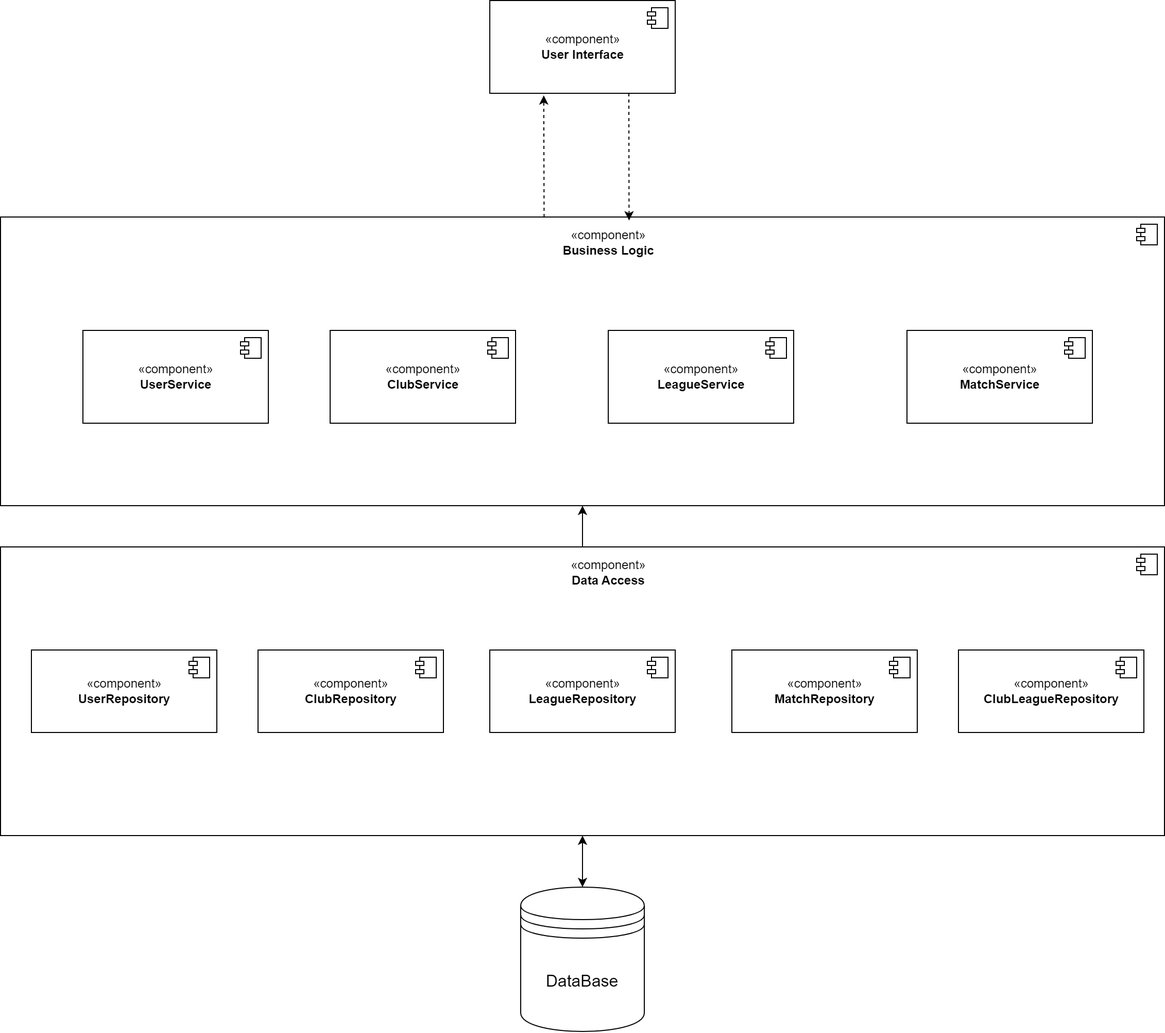
This is lab_01/uml1.png from hieubichpro/BMSTU-Web, a draw.io export, as it was before one commit. Source tidied: cells renumbered, new cells last; positions are measured from the earlier drawing's top-left corner, leaving out a move shared by most shapes.
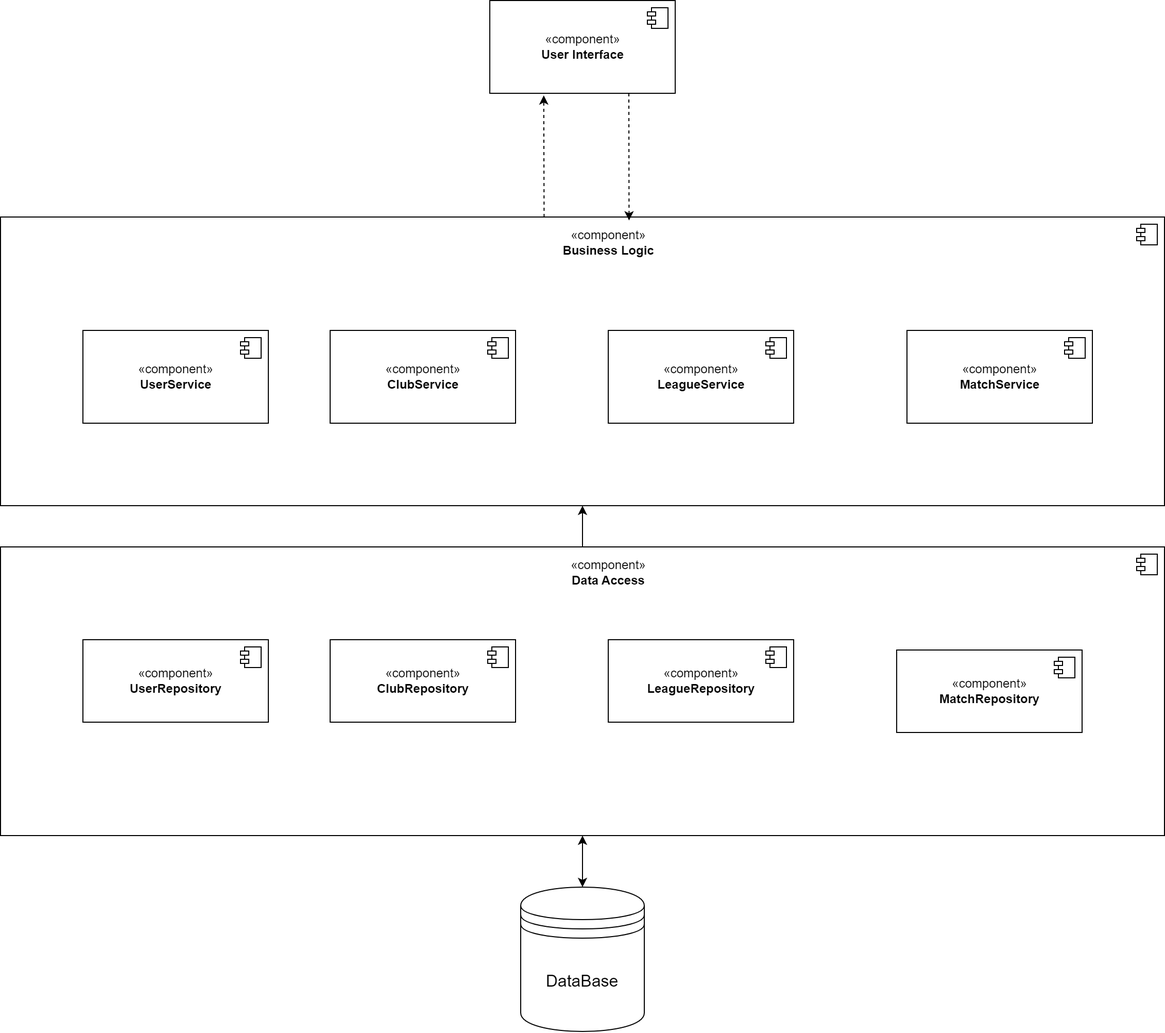
Later version of the same file.

Change to the diagram source:
```diff
@@ -63,7 +63,7 @@
       <mxGeometry x="537.5" y="540" width="105" height="30" as="geometry" />
     </mxCell>
     <mxCell id="18" value="«component»&lt;br&gt;&lt;b&gt;UserRepository&lt;/b&gt;" style="html=1;labelBackgroundColor=none;fontColor=default;" parent="1" vertex="1">
-      <mxGeometry x="30" y="630" width="180" height="80" as="geometry" />
+      <mxGeometry x="80" y="620" width="180" height="80" as="geometry" />
     </mxCell>
     <mxCell id="19" style="shape=module;jettyWidth=8;jettyHeight=4;labelBackgroundColor=none;fontColor=default;" parent="18" vertex="1">
       <mxGeometry x="1" width="20" height="20" relative="1" as="geometry">
@@ -71,7 +71,7 @@
       </mxGeometry>
     </mxCell>
     <mxCell id="20" value="«component»&lt;br&gt;&lt;b&gt;ClubRepository&lt;/b&gt;" style="html=1;labelBackgroundColor=none;fontColor=default;" parent="1" vertex="1">
-      <mxGeometry x="250" y="630" width="180" height="80" as="geometry" />
+      <mxGeometry x="320" y="620" width="180" height="80" as="geometry" />
     </mxCell>
     <mxCell id="21" style="shape=module;jettyWidth=8;jettyHeight=4;labelBackgroundColor=none;fontColor=default;" parent="20" vertex="1">
       <mxGeometry x="1" width="20" height="20" relative="1" as="geometry">
@@ -79,7 +79,7 @@
       </mxGeometry>
     </mxCell>
     <mxCell id="22" value="«component»&lt;br&gt;&lt;b&gt;Match&lt;/b&gt;&lt;b&gt;Repository&lt;/b&gt;" style="html=1;labelBackgroundColor=none;fontColor=default;" parent="1" vertex="1">
-      <mxGeometry x="710" y="630" width="180" height="80" as="geometry" />
+      <mxGeometry x="870" y="630" width="180" height="80" as="geometry" />
     </mxCell>
     <mxCell id="23" style="shape=module;jettyWidth=8;jettyHeight=4;labelBackgroundColor=none;fontColor=default;" parent="22" vertex="1">
       <mxGeometry x="1" width="20" height="20" relative="1" as="geometry">
@@ -98,7 +98,7 @@
       </mxGeometry>
     </mxCell>
     <mxCell id="27" value="«component»&lt;br&gt;&lt;b&gt;LeagueRepository&lt;/b&gt;" style="html=1;labelBackgroundColor=none;fontColor=default;" parent="1" vertex="1">
-      <mxGeometry x="475" y="630" width="180" height="80" as="geometry" />
+      <mxGeometry x="590" y="620" width="180" height="80" as="geometry" />
     </mxCell>
     <mxCell id="28" style="shape=module;jettyWidth=8;jettyHeight=4;labelBackgroundColor=none;fontColor=default;" parent="27" vertex="1">
       <mxGeometry x="1" width="20" height="20" relative="1" as="geometry">
@@ -111,13 +111,5 @@
     <mxCell id="30" style="endArrow=classic;html=1;rounded=0;exitX=0.75;exitY=1;exitDx=0;exitDy=0;dashed=1;entryX=0.54;entryY=0.012;entryDx=0;entryDy=0;entryPerimeter=0;" parent="1" edge="1" source="2" target="4">
       <mxGeometry relative="1" as="geometry" />
     </mxCell>
-    <mxCell id="31" value="«component»&lt;br&gt;&lt;b&gt;ClubLeagueRepository&lt;/b&gt;" style="html=1;labelBackgroundColor=none;fontColor=default;" parent="1" vertex="1">
-      <mxGeometry x="930" y="630" width="180" height="80" as="geometry" />
-    </mxCell>
-    <mxCell id="32" style="shape=module;jettyWidth=8;jettyHeight=4;labelBackgroundColor=none;fontColor=default;" parent="31" vertex="1">
-      <mxGeometry x="1" width="20" height="20" relative="1" as="geometry">
-        <mxPoint x="-27" y="7" as="offset" />
-      </mxGeometry>
-    </mxCell>
   </root>
 </mxGraphModel>
```
